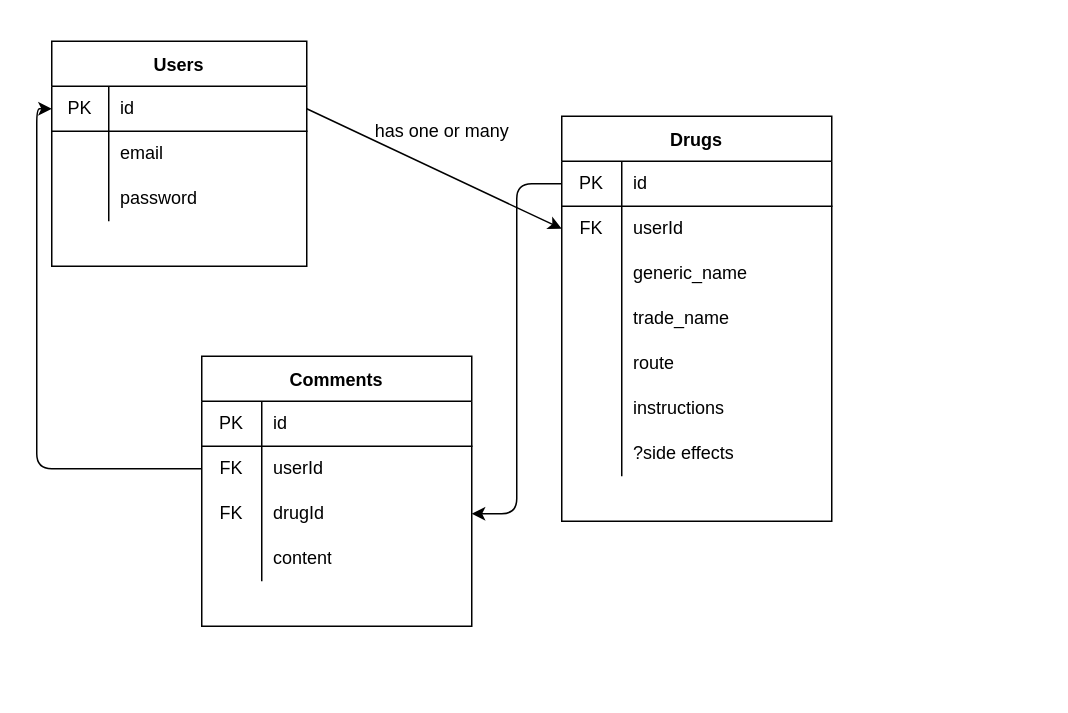
The draw.io diagram ERD.drawio in emilyjryan/project-two, before the edit. Source tidied: cells renumbered, new cells numbered last; positions are measured from the earlier drawing's top-left corner, leaving out a move shared by most shapes. Both pictures are drawn from the tidied source at 150%, with x=0, y=0 at pixel (51, 40).
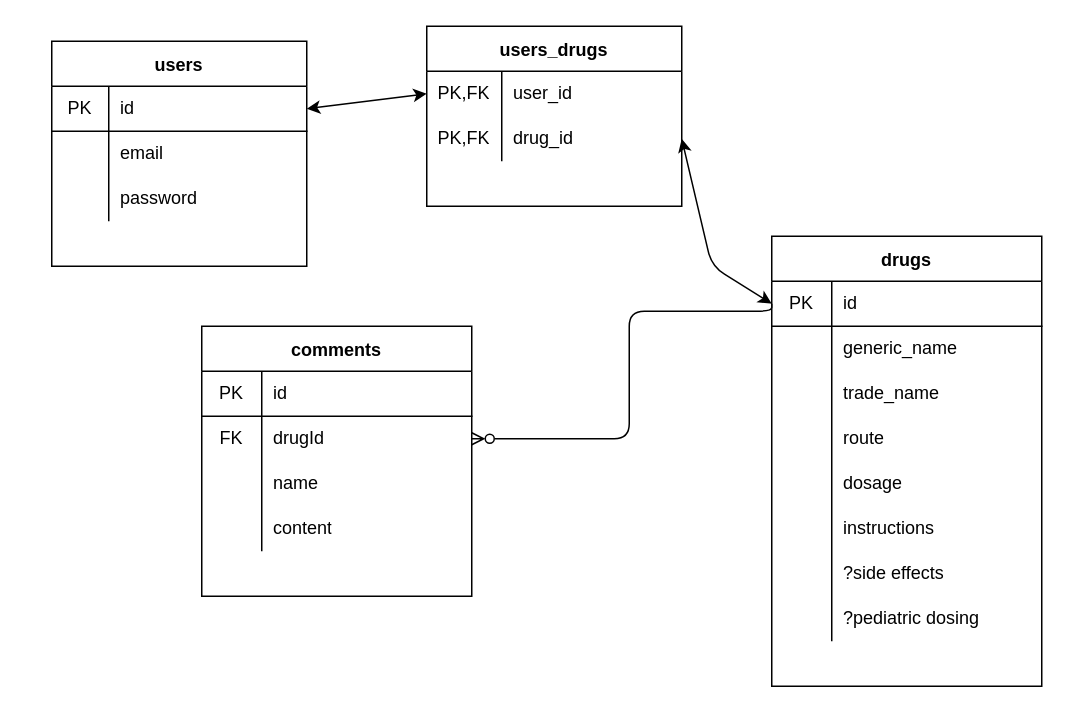
The same diagram, later.

Unchanged cells that the change refers to:
```xml
<mxCell id="3" style="shape=partialRectangle;html=1;whiteSpace=wrap;fillColor=none;top=0;left=0;bottom=1;right=0;points=[[0,0.5],[1,0.5]];portConstraint=eastwest;" parent="2" vertex="1">
  <mxGeometry y="30" width="170" height="30" as="geometry" />
</mxCell>
<mxCell id="13" style="shape=partialRectangle;html=1;whiteSpace=wrap;fillColor=none;top=0;left=0;bottom=1;right=0;points=[[0,0.5],[1,0.5]];portConstraint=eastwest;" parent="12" vertex="1">
  <mxGeometry y="30" width="180" height="30" as="geometry" />
</mxCell>
```

What changed in the source:
```diff
@@
-    <mxCell id="2" value="Users" style="shape=table;startSize=30;childLayout=tableLayout;rowLines=0;fontStyle=1;align=center;" parent="1" vertex="1">
+    <mxCell id="2" value="users" style="shape=table;startSize=30;childLayout=tableLayout;rowLines=0;fontStyle=1;align=center;" parent="1" vertex="1">
       <mxGeometry width="170" height="150" as="geometry" />
     </mxCell>
@@
-    <mxCell id="12" value="Drugs" style="shape=table;startSize=30;childLayout=tableLayout;rowLines=0;fontStyle=1;align=center;" parent="1" vertex="1">
-      <mxGeometry x="340" y="50" width="180" height="270" as="geometry" />
+    <mxCell id="12" value="drugs" style="shape=table;startSize=30;childLayout=tableLayout;rowLines=0;fontStyle=1;align=center;" parent="1" vertex="1">
+      <mxGeometry x="480" y="130" width="180" height="300" as="geometry" />
     </mxCell>
@@
-    <mxCell id="16" style="shape=partialRectangle;html=1;whiteSpace=wrap;fillColor=none;top=0;left=0;bottom=0;right=0;points=[[0,0.5],[1,0.5]];portConstraint=eastwest;" parent="12" vertex="1">
-      <mxGeometry y="60" width="180" height="30" as="geometry" />
-    </mxCell>
-    <mxCell id="17" value="FK" style="shape=partialRectangle;html=1;whiteSpace=wrap;fillColor=none;top=0;left=0;bottom=0;right=0;overflow=hidden;" parent="16" vertex="1">
-      <mxGeometry width="40" height="30" as="geometry" />
-    </mxCell>
-    <mxCell id="18" value="userId" style="shape=partialRectangle;html=1;whiteSpace=wrap;fillColor=none;top=0;left=0;bottom=0;right=0;align=left;spacingLeft=6;overflow=hidden;" parent="16" vertex="1">
-      <mxGeometry x="40" width="140" height="30" as="geometry" />
-    </mxCell>
     <mxCell id="19" style="shape=partialRectangle;html=1;whiteSpace=wrap;fillColor=none;top=0;left=0;bottom=0;right=0;" parent="12" vertex="1">
-      <mxGeometry y="90" width="180" height="30" as="geometry" />
+      <mxGeometry y="60" width="180" height="30" as="geometry" />
     </mxCell>
@@
     <mxCell id="22" style="shape=partialRectangle;html=1;whiteSpace=wrap;fillColor=none;top=0;left=0;bottom=0;right=0;" parent="12" vertex="1">
-      <mxGeometry y="120" width="180" height="30" as="geometry" />
+      <mxGeometry y="90" width="180" height="30" as="geometry" />
     </mxCell>
@@
     <mxCell id="25" style="shape=partialRectangle;html=1;whiteSpace=wrap;fillColor=none;top=0;left=0;bottom=0;right=0;" parent="12" vertex="1">
-      <mxGeometry y="150" width="180" height="30" as="geometry" />
+      <mxGeometry y="120" width="180" height="30" as="geometry" />
     </mxCell>
@@
+    <mxCell id="51" style="shape=partialRectangle;html=1;whiteSpace=wrap;fillColor=none;top=0;left=0;bottom=0;right=0;" parent="12" vertex="1">
+      <mxGeometry y="150" width="180" height="30" as="geometry" />
+    </mxCell>
+    <mxCell id="52" style="shape=partialRectangle;html=1;whiteSpace=wrap;fillColor=none;top=0;left=0;bottom=0;right=0;overflow=hidden;" parent="51" vertex="1">
+      <mxGeometry width="40" height="30" as="geometry" />
+    </mxCell>
+    <mxCell id="53" value="dosage" style="shape=partialRectangle;html=1;whiteSpace=wrap;fillColor=none;top=0;left=0;bottom=0;right=0;align=left;spacingLeft=6;overflow=hidden;" parent="51" vertex="1">
+      <mxGeometry x="40" width="140" height="30" as="geometry" />
+    </mxCell>
@@
-    <mxCell id="34" style="edgeStyle=none;html=1;exitX=1;exitY=0.5;exitDx=0;exitDy=0;entryX=0;entryY=0.5;entryDx=0;entryDy=0;" parent="1" edge="1" source="3" target="16">
-      <mxGeometry relative="1" as="geometry" />
-    </mxCell>
-    <mxCell id="35" value="has one or many" style="text;html=1;align=center;verticalAlign=middle;strokeColor=none;fillColor=none;" parent="1" vertex="1">
-      <mxGeometry x="210" y="50" width="100" height="20" as="geometry" />
-    </mxCell>
+    <mxCell id="54" style="shape=partialRectangle;html=1;whiteSpace=wrap;fillColor=none;top=0;left=0;bottom=0;right=0;" parent="12" vertex="1">
+      <mxGeometry y="240" width="180" height="30" as="geometry" />
+    </mxCell>
+    <mxCell id="55" style="shape=partialRectangle;html=1;whiteSpace=wrap;fillColor=none;top=0;left=0;bottom=0;right=0;overflow=hidden;" parent="54" vertex="1">
+      <mxGeometry width="40" height="30" as="geometry" />
+    </mxCell>
+    <mxCell id="56" value="?pediatric dosing" style="shape=partialRectangle;html=1;whiteSpace=wrap;fillColor=none;top=0;left=0;bottom=0;right=0;align=left;spacingLeft=6;overflow=hidden;" parent="54" vertex="1">
+      <mxGeometry x="40" width="140" height="30" as="geometry" />
+    </mxCell>
-    <mxCell id="36" value="Comments" style="shape=table;startSize=30;childLayout=tableLayout;rowLines=0;fontStyle=1;align=center;" parent="1" vertex="1">
-      <mxGeometry x="100" y="210" width="180" height="180" as="geometry" />
+    <mxCell id="36" value="comments" style="shape=table;startSize=30;childLayout=tableLayout;rowLines=0;fontStyle=1;align=center;" parent="1" vertex="1">
+      <mxGeometry x="100" y="190" width="180" height="180" as="geometry" />
     </mxCell>
@@
-    <mxCell id="40" style="shape=partialRectangle;html=1;whiteSpace=wrap;fillColor=none;top=0;left=0;bottom=0;right=0;points=[[0,0.5],[1,0.5]];portConstraint=eastwest;" parent="36" vertex="1">
-      <mxGeometry y="60" width="180" height="30" as="geometry" />
-    </mxCell>
-    <mxCell id="41" value="FK" style="shape=partialRectangle;html=1;whiteSpace=wrap;fillColor=none;top=0;left=0;bottom=0;right=0;overflow=hidden;" parent="40" vertex="1">
-      <mxGeometry width="40" height="30" as="geometry" />
-    </mxCell>
-    <mxCell id="42" value="userId" style="shape=partialRectangle;html=1;whiteSpace=wrap;fillColor=none;top=0;left=0;bottom=0;right=0;align=left;spacingLeft=6;overflow=hidden;" parent="40" vertex="1">
-      <mxGeometry x="40" width="140" height="30" as="geometry" />
-    </mxCell>
     <mxCell id="43" style="shape=partialRectangle;html=1;whiteSpace=wrap;fillColor=none;top=0;left=0;bottom=0;right=0;points=[[0,0.5],[1,0.5]];portConstraint=eastwest;" parent="36" vertex="1">
-      <mxGeometry y="90" width="180" height="30" as="geometry" />
+      <mxGeometry y="60" width="180" height="30" as="geometry" />
     </mxCell>
@@
     <mxCell id="46" style="shape=partialRectangle;html=1;whiteSpace=wrap;fillColor=none;top=0;left=0;bottom=0;right=0;" parent="36" vertex="1">
-      <mxGeometry y="120" width="180" height="30" as="geometry" />
+      <mxGeometry y="90" width="180" height="30" as="geometry" />
     </mxCell>
-    <mxCell id="47" style="shape=partialRectangle;html=1;whiteSpace=wrap;fillColor=none;top=0;left=0;bottom=0;right=0;overflow=hidden;" parent="46" vertex="1">
+    <mxCell id="47" value="&lt;span style=&quot;white-space: pre&quot;&gt;&#9;&lt;/span&gt;" style="shape=partialRectangle;html=1;whiteSpace=wrap;fillColor=none;top=0;left=0;bottom=0;right=0;overflow=hidden;" parent="46" vertex="1">
       <mxGeometry width="40" height="30" as="geometry" />
     </mxCell>
-    <mxCell id="48" value="content" style="shape=partialRectangle;html=1;whiteSpace=wrap;fillColor=none;top=0;left=0;bottom=0;right=0;align=left;spacingLeft=6;overflow=hidden;" parent="46" vertex="1">
+    <mxCell id="48" value="name" style="shape=partialRectangle;html=1;whiteSpace=wrap;fillColor=none;top=0;left=0;bottom=0;right=0;align=left;spacingLeft=6;overflow=hidden;" parent="46" vertex="1">
       <mxGeometry x="40" width="140" height="30" as="geometry" />
     </mxCell>
-    <mxCell id="49" style="edgeStyle=orthogonalEdgeStyle;html=1;exitX=0;exitY=0.5;exitDx=0;exitDy=0;entryX=0;entryY=0.5;entryDx=0;entryDy=0;" parent="1" edge="1" source="40" target="3">
-      <mxGeometry relative="1" as="geometry" />
-    </mxCell>
+    <mxCell id="57" style="shape=partialRectangle;html=1;whiteSpace=wrap;fillColor=none;top=0;left=0;bottom=0;right=0;" parent="36" vertex="1">
+      <mxGeometry y="120" width="180" height="30" as="geometry" />
+    </mxCell>
+    <mxCell id="58" style="shape=partialRectangle;html=1;whiteSpace=wrap;fillColor=none;top=0;left=0;bottom=0;right=0;overflow=hidden;" parent="57" vertex="1">
+      <mxGeometry width="40" height="30" as="geometry" />
+    </mxCell>
+    <mxCell id="59" value="content" style="shape=partialRectangle;html=1;whiteSpace=wrap;fillColor=none;top=0;left=0;bottom=0;right=0;align=left;spacingLeft=6;overflow=hidden;" parent="57" vertex="1">
+      <mxGeometry x="40" width="140" height="30" as="geometry" />
+    </mxCell>
-    <mxCell id="50" style="edgeStyle=orthogonalEdgeStyle;html=1;exitX=0;exitY=0.5;exitDx=0;exitDy=0;entryX=1;entryY=0.5;entryDx=0;entryDy=0;" parent="1" edge="1" source="13" target="43">
-      <mxGeometry relative="1" as="geometry" />
+    <mxCell id="50" style="edgeStyle=orthogonalEdgeStyle;html=1;exitX=0;exitY=0.5;exitDx=0;exitDy=0;entryX=1;entryY=0.5;entryDx=0;entryDy=0;endArrow=ERzeroToMany;endFill=0;" parent="1" edge="1" source="13" target="43">
+      <mxGeometry relative="1" as="geometry">
+        <Array as="points">
+          <mxPoint x="480" y="180" />
+          <mxPoint x="385" y="180" />
+          <mxPoint x="385" y="265" />
+        </Array>
+      </mxGeometry>
     </mxCell>
+    <mxCell id="60" value="users_drugs" style="shape=table;startSize=30;childLayout=tableLayout;rowLines=0;fontStyle=1;align=center;" parent="1" vertex="1">
+      <mxGeometry x="250" y="-10" width="170" height="120" as="geometry" />
+    </mxCell>
+    <mxCell id="61" style="shape=partialRectangle;html=1;whiteSpace=wrap;fillColor=none;top=0;left=0;bottom=0;right=0;points=[[0,0.5],[1,0.5]];portConstraint=eastwest;" parent="60" vertex="1">
+      <mxGeometry y="30" width="170" height="30" as="geometry" />
+    </mxCell>
+    <mxCell id="62" value="PK,FK" style="shape=partialRectangle;html=1;whiteSpace=wrap;fillColor=none;top=0;left=0;bottom=0;right=0;overflow=hidden;" parent="61" vertex="1">
+      <mxGeometry width="50" height="30" as="geometry" />
+    </mxCell>
+    <mxCell id="63" value="user_id" style="shape=partialRectangle;html=1;whiteSpace=wrap;fillColor=none;top=0;left=0;bottom=0;right=0;align=left;spacingLeft=6;overflow=hidden;" parent="61" vertex="1">
+      <mxGeometry x="50" width="120" height="30" as="geometry" />
+    </mxCell>
+    <mxCell id="64" style="shape=partialRectangle;html=1;whiteSpace=wrap;fillColor=none;top=0;left=0;bottom=0;right=0;points=[[0,0.5],[1,0.5]];portConstraint=eastwest;" parent="60" vertex="1">
+      <mxGeometry y="60" width="170" height="30" as="geometry" />
+    </mxCell>
+    <mxCell id="65" value="PK,FK" style="shape=partialRectangle;html=1;whiteSpace=wrap;fillColor=none;top=0;left=0;bottom=0;right=0;overflow=hidden;" parent="64" vertex="1">
+      <mxGeometry width="50" height="30" as="geometry" />
+    </mxCell>
+    <mxCell id="66" value="drug_id" style="shape=partialRectangle;html=1;whiteSpace=wrap;fillColor=none;top=0;left=0;bottom=0;right=0;align=left;spacingLeft=6;overflow=hidden;" parent="64" vertex="1">
+      <mxGeometry x="50" width="120" height="30" as="geometry" />
+    </mxCell>
+    <mxCell id="67" style="edgeStyle=none;html=1;exitX=1;exitY=0.5;exitDx=0;exitDy=0;entryX=0;entryY=0.5;entryDx=0;entryDy=0;startArrow=classic;startFill=1;" parent="1" edge="1" source="64" target="13">
+      <mxGeometry relative="1" as="geometry">
+        <Array as="points">
+          <mxPoint x="440" y="150" />
+        </Array>
+      </mxGeometry>
+    </mxCell>
+    <mxCell id="68" style="edgeStyle=none;html=1;exitX=0;exitY=0.5;exitDx=0;exitDy=0;entryX=1;entryY=0.5;entryDx=0;entryDy=0;startArrow=classic;startFill=1;endArrow=classic;endFill=1;" parent="1" edge="1" source="61" target="3">
+      <mxGeometry relative="1" as="geometry" />
+    </mxCell>
```
